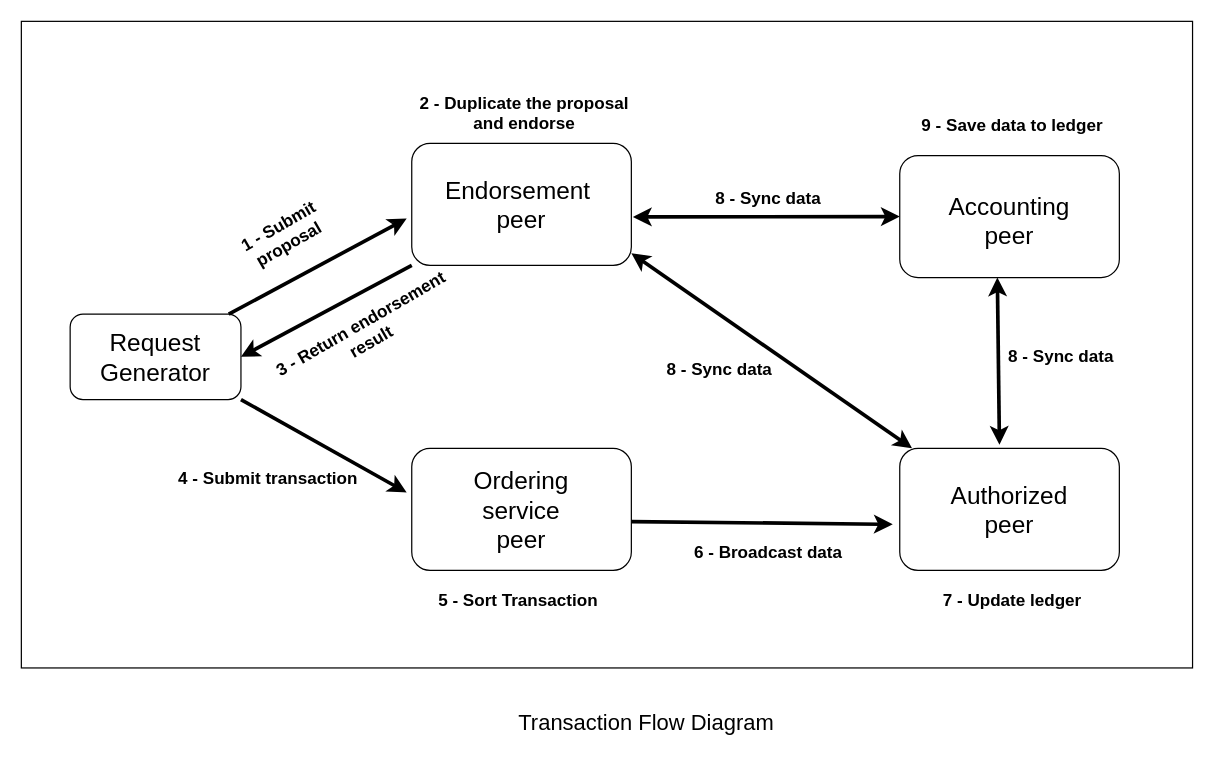
This is page "Page-3" (3 of 3) of files/Fabric-Diagrams.drawio from Arif-Shahriar028/draw.io, a draw.io file, before an edit. Source tidied: cells renumbered, new cells numbered last; positions are measured from the earlier drawing's top-left corner, leaving out a move shared by most shapes. Both pictures are drawn from the tidied source at 122%, with x=0, y=0 at pixel (21, 21).
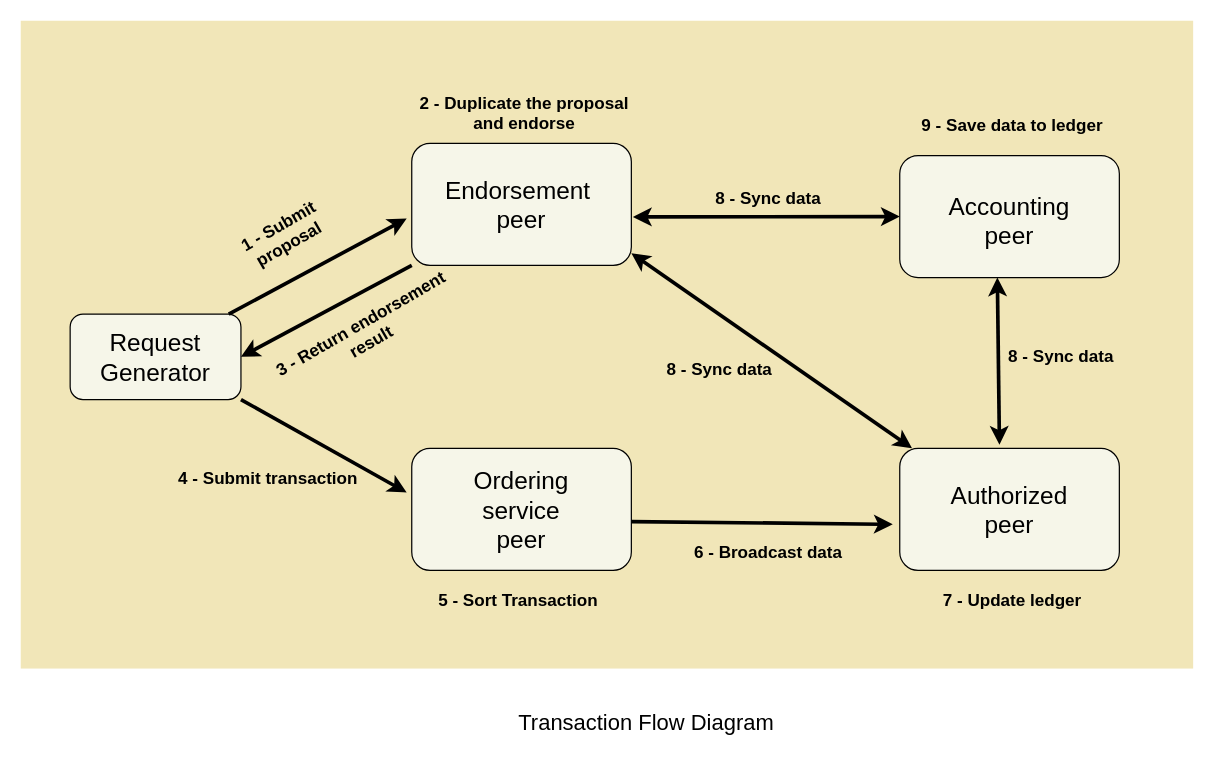
The same page after the edit.

What changed in the source:
```diff
@@
-    <mxCell id="2" style="rounded=0;whiteSpace=wrap;html=1;" parent="1" vertex="1">
+    <mxCell id="2" style="rounded=0;whiteSpace=wrap;html=1;fillColor=#F1E6B8;strokeColor=#F1E6B8;" parent="1" vertex="1">
       <mxGeometry width="960" height="530" as="geometry" />
     </mxCell>
-    <mxCell id="3" style="rounded=1;whiteSpace=wrap;html=1;strokeColor=#000000;" parent="1" vertex="1">
+    <mxCell id="3" style="rounded=1;whiteSpace=wrap;html=1;strokeColor=#000000;fillColor=#F6F6E9;" parent="1" vertex="1">
       <mxGeometry x="40" y="240" width="140" height="70" as="geometry" />
     </mxCell>
-    <mxCell id="4" style="rounded=1;whiteSpace=wrap;html=1;" parent="1" vertex="1">
+    <mxCell id="4" style="rounded=1;whiteSpace=wrap;html=1;fillColor=#F6F6E9;" parent="1" vertex="1">
       <mxGeometry x="320" y="100" width="180" height="100" as="geometry" />
     </mxCell>
-    <mxCell id="5" style="rounded=1;whiteSpace=wrap;html=1;" parent="1" vertex="1">
+    <mxCell id="5" style="rounded=1;whiteSpace=wrap;html=1;fillColor=#F6F6E9;" parent="1" vertex="1">
       <mxGeometry x="320" y="350" width="180" height="100" as="geometry" />
     </mxCell>
-    <mxCell id="6" style="rounded=1;whiteSpace=wrap;html=1;" parent="1" vertex="1">
+    <mxCell id="6" style="rounded=1;whiteSpace=wrap;html=1;fillColor=#F6F6E9;" parent="1" vertex="1">
       <mxGeometry x="720" y="110" width="180" height="100" as="geometry" />
     </mxCell>
-    <mxCell id="7" style="rounded=1;whiteSpace=wrap;html=1;" parent="1" vertex="1">
+    <mxCell id="7" style="rounded=1;whiteSpace=wrap;html=1;fillColor=#F6F6E9;" parent="1" vertex="1">
       <mxGeometry x="720" y="350" width="180" height="100" as="geometry" />
     </mxCell>
```
